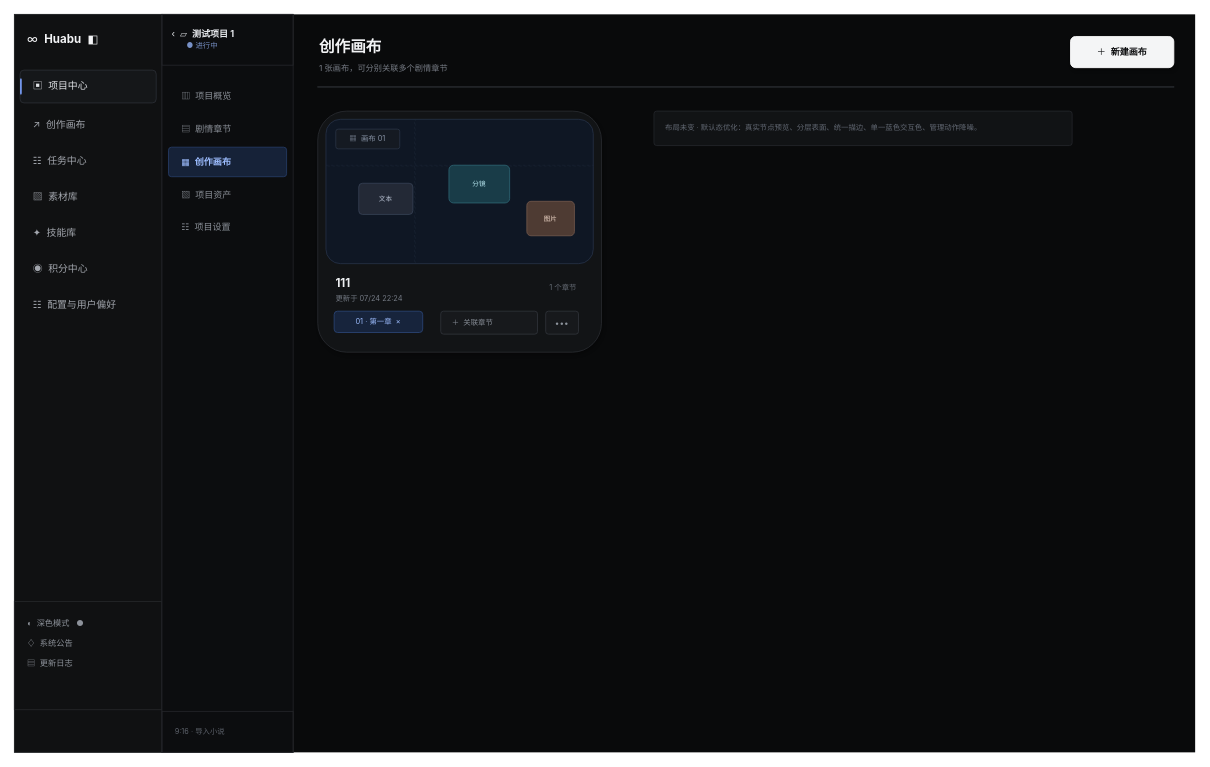
This is page "01 默认视觉态" (1 of 3) of assets/prototypes/project-canvas-ui-interactions.drawio from cjg203328/bobo, a draw.io file, before an edit. Source tidied: cells renumbered, new cells numbered last; positions are measured from the earlier drawing's top-left corner, leaving out a move shared by most shapes. Both pictures are drawn from the tidied source at 82%, with x=0, y=0 at pixel (14, 14).
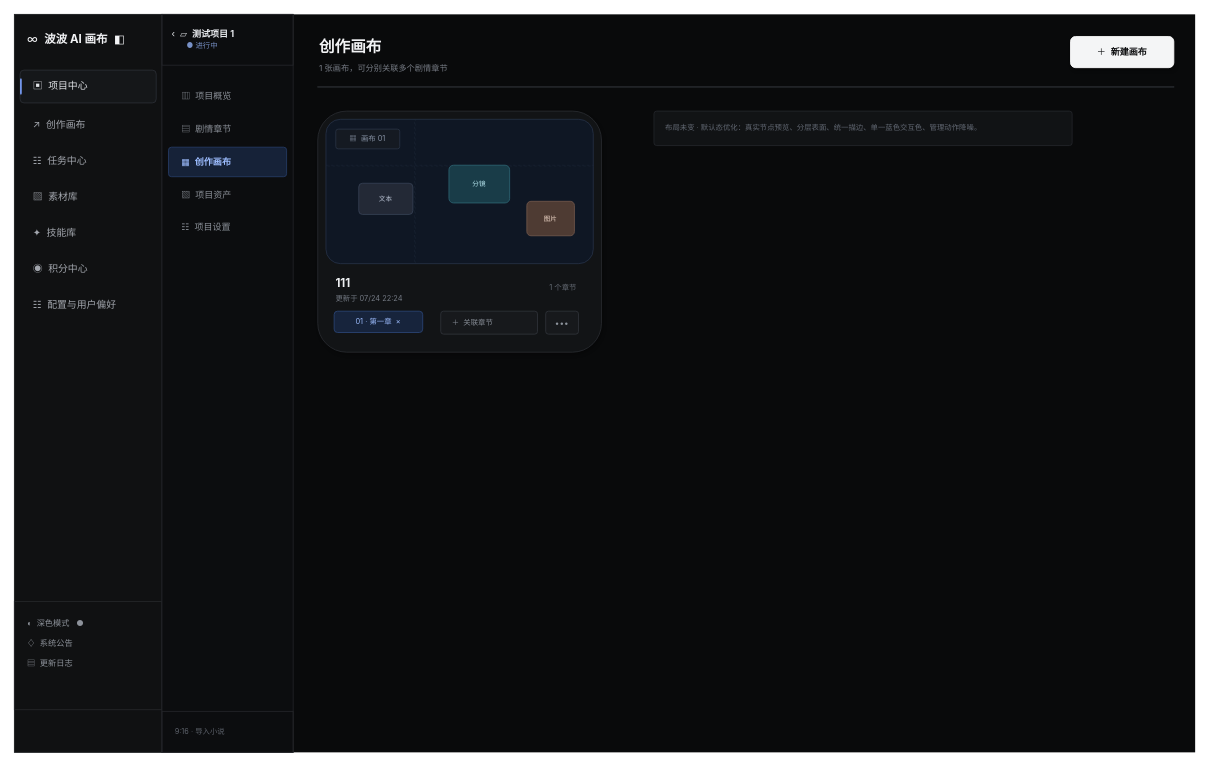
Above is the later version.

The edit, as a diff of the source:
```diff
@@
-    <mxCell id="4" value="∞&amp;nbsp;&amp;nbsp;&lt;b&gt;Huabu&lt;/b&gt;&amp;nbsp;&amp;nbsp;◧" style="rounded=0;whiteSpace=wrap;html=1;fillColor=none;strokeColor=none;fontColor=#f3f4f6;fontSize=14;fontFamily=SF Pro Display,PingFang SC,sans-serif;align=left;verticalAlign=middle;spacingLeft=14;" parent="1" vertex="1">
+    <mxCell id="4" value="∞&amp;nbsp;&amp;nbsp;&lt;b&gt;波波 AI 画布&lt;/b&gt;&amp;nbsp;&amp;nbsp;◧" style="rounded=0;whiteSpace=wrap;html=1;fillColor=none;strokeColor=none;fontColor=#f3f4f6;fontSize=14;fontFamily=SF Pro Display,PingFang SC,sans-serif;align=left;verticalAlign=middle;spacingLeft=14;" parent="1" vertex="1">
       <mxGeometry y="10" width="174" height="42" as="geometry" />
     </mxCell>
```
